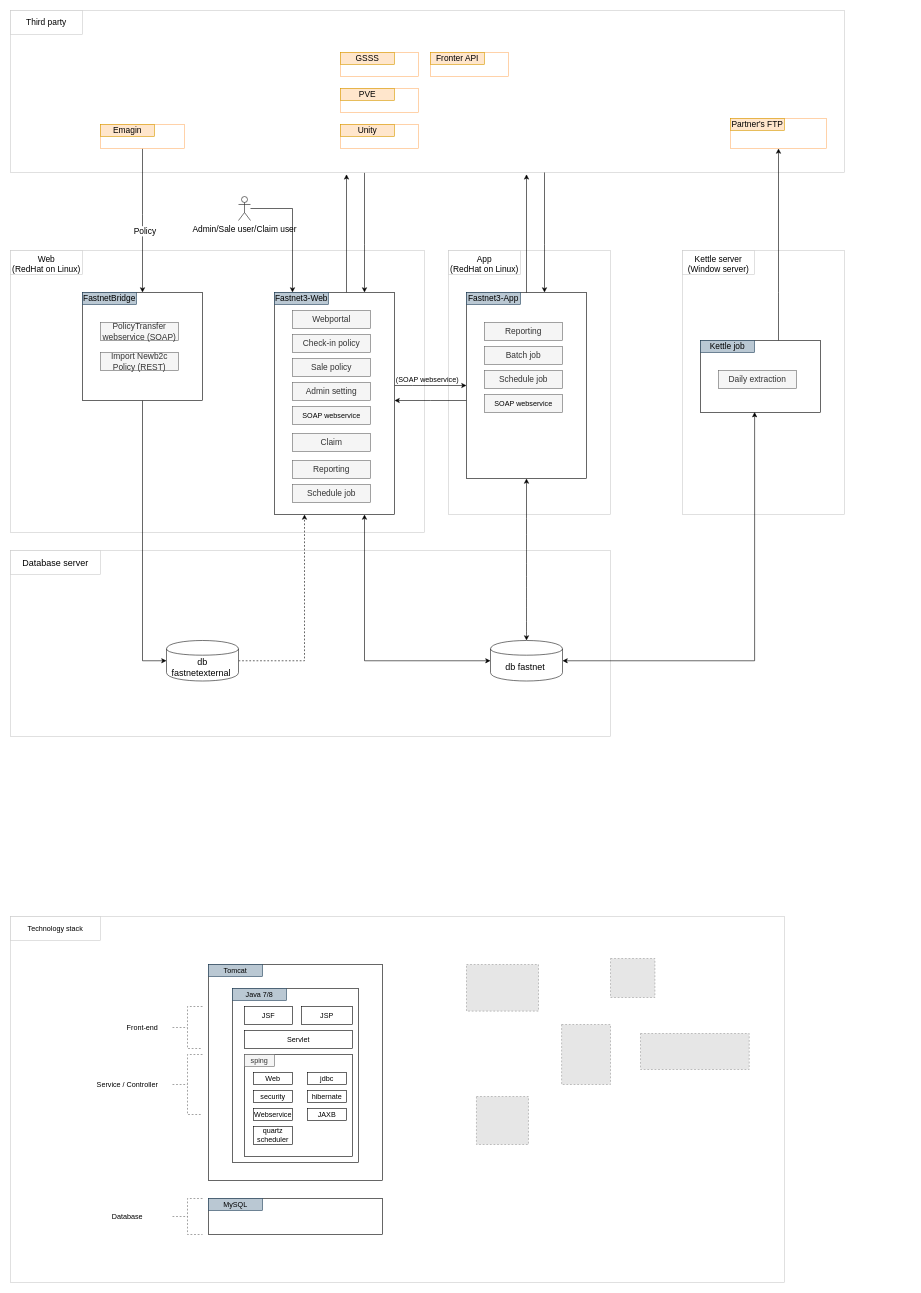
Earlier version of the draw.io diagram FN3-overview.drawio (phatcharalaw/my-doc). Source tidied: cells renumbered, new cells numbered last; positions are measured from the earlier drawing's top-left corner, leaving out a move shared by most shapes. Both pictures are drawn from the tidied source at 60%, with x=0, y=0 at pixel (10, 10). Pictures stored in the file or linked from it are replaced by grey dashed boxes.
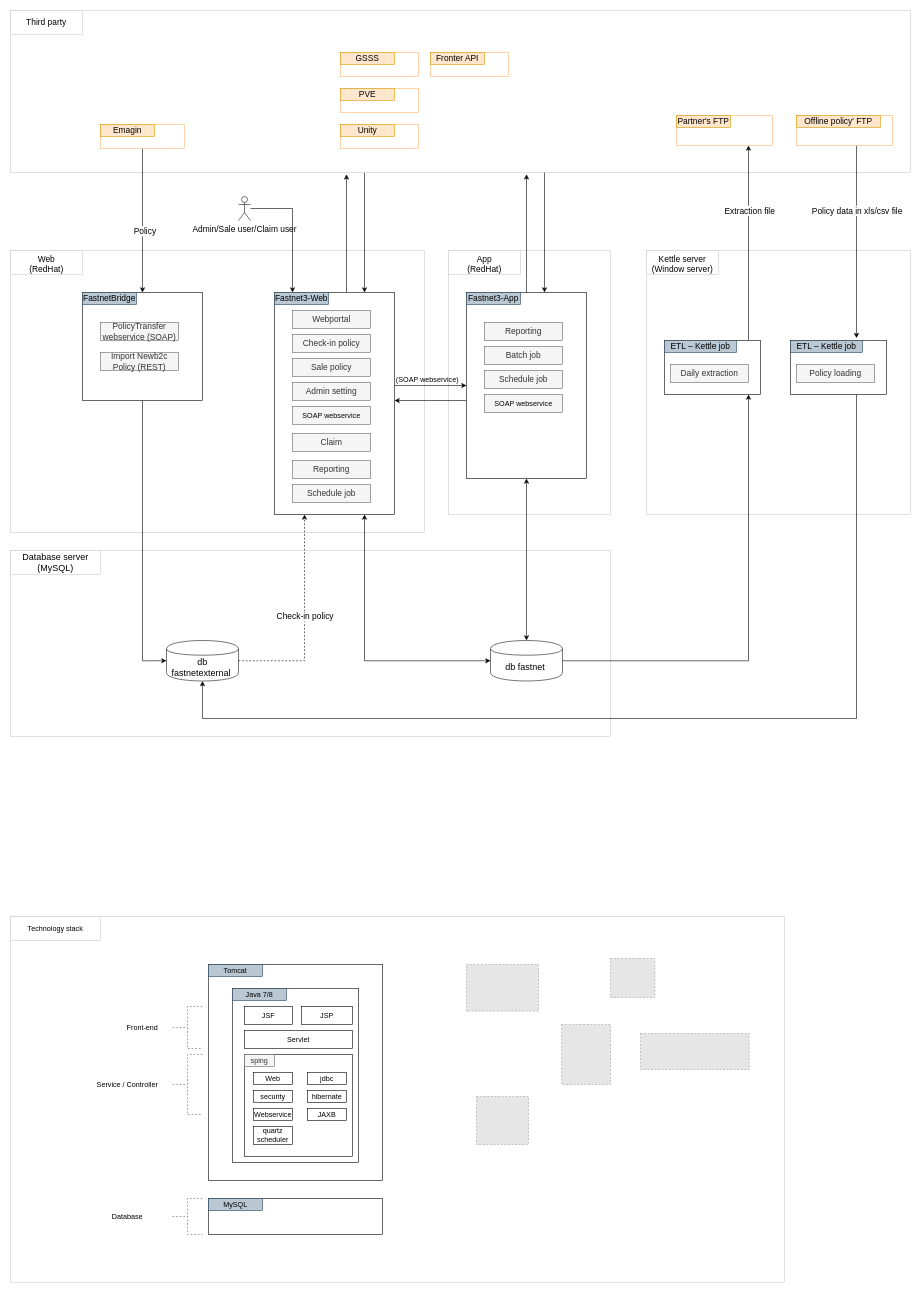
After the change.

The change refers to these unchanged cells:
```xml
<mxCell id="41" style="edgeStyle=orthogonalEdgeStyle;rounded=0;jettySize=auto;html=1;entryX=0.25;entryY=1;entryDx=0;entryDy=0;dashed=1;fontSize=14;" parent="1" edge="1" source="42" target="20">
  <mxGeometry relative="1" as="geometry" />
</mxCell>
<mxCell id="42" value="db fastnetexternal&amp;nbsp;" style="shape=cylinder;whiteSpace=wrap;html=1;boundedLbl=1;backgroundOutline=1;strokeColor=#1A1A1A;fontSize=15;" parent="1" vertex="1">
  <mxGeometry x="260" y="1050" width="120" height="67.5" as="geometry" />
</mxCell>
<mxCell id="46" value="db fastnet&amp;nbsp;" style="shape=cylinder;whiteSpace=wrap;html=1;boundedLbl=1;backgroundOutline=1;strokeColor=#1A1A1A;fontSize=15;" parent="1" vertex="1">
  <mxGeometry x="800" y="1050" width="120" height="67.5" as="geometry" />
</mxCell>
```

What changed in the source:
```diff
@@
     <mxCell id="7" style="rounded=0;whiteSpace=wrap;html=1;strokeColor=#CCCCCC;fontSize=14;" parent="1" vertex="1">
-      <mxGeometry width="1390" height="270" as="geometry" />
+      <mxGeometry width="1500" height="270" as="geometry" />
     </mxCell>
@@
-    <mxCell id="10" value="Database server" style="rounded=0;whiteSpace=wrap;html=1;strokeColor=#CCCCCC;fontSize=15;" parent="1" vertex="1">
+    <mxCell id="10" value="Database server&lt;br&gt;(MySQL)" style="rounded=0;whiteSpace=wrap;html=1;strokeColor=#CCCCCC;fontSize=15;" parent="1" vertex="1">
       <mxGeometry y="900" width="150" height="40" as="geometry" />
     </mxCell>
     <mxCell id="11" style="rounded=0;whiteSpace=wrap;html=1;strokeColor=#CCCCCC;fontSize=14;" parent="1" vertex="1">
-      <mxGeometry x="1120" y="400" width="270" height="440" as="geometry" />
+      <mxGeometry x="1060" y="400" width="440" height="440" as="geometry" />
     </mxCell>
     <mxCell id="12" value="Kettle server&lt;br&gt;(Window server)" style="rounded=0;whiteSpace=wrap;html=1;strokeColor=#CCCCCC;fontSize=14;verticalAlign=top;" parent="1" vertex="1">
-      <mxGeometry x="1120" y="400" width="120" height="40" as="geometry" />
+      <mxGeometry x="1060" y="400" width="120" height="40" as="geometry" />
     </mxCell>
@@
-    <mxCell id="37" style="edgeStyle=orthogonalEdgeStyle;rounded=0;jettySize=auto;html=1;entryX=0.5;entryY=1;entryDx=0;entryDy=0;fontSize=14;" parent="1" edge="1" source="38" target="47">
+    <mxCell id="37" style="edgeStyle=orthogonalEdgeStyle;rounded=0;jettySize=auto;html=1;entryX=0.75;entryY=1;entryDx=0;entryDy=0;" parent="1" edge="1" source="38" target="47">
       <mxGeometry relative="1" as="geometry">
         <Array as="points">
-          <mxPoint x="1280" y="470" />
-          <mxPoint x="1280" y="470" />
+          <mxPoint x="1230" y="460" />
+          <mxPoint x="1230" y="460" />
         </Array>
       </mxGeometry>
     </mxCell>
+    <mxCell id="103" value="Extraction file" style="edgeLabel;html=1;align=center;verticalAlign=middle;fontSize=14;" parent="37" vertex="1">
+      <mxGeometry x="0.31" y="-1" relative="1" as="geometry">
+        <mxPoint x="0.2" y="-4" as="offset" />
+      </mxGeometry>
+    </mxCell>
     <mxCell id="38" style="rounded=0;whiteSpace=wrap;html=1;fontSize=14;" parent="1" vertex="1">
-      <mxGeometry x="1150" y="550" width="200" height="120" as="geometry" />
+      <mxGeometry x="1090" y="550" width="160" height="90" as="geometry" />
     </mxCell>
-    <mxCell id="39" value="Kettle job" style="rounded=0;whiteSpace=wrap;html=1;fillColor=#bac8d3;strokeColor=#23445d;fontSize=14;" parent="1" vertex="1">
-      <mxGeometry x="1150" y="550" width="90" height="20" as="geometry" />
+    <mxCell id="39" value="ETL – Kettle job" style="rounded=0;whiteSpace=wrap;html=1;fillColor=#bac8d3;strokeColor=#23445d;fontSize=14;" parent="1" vertex="1">
+      <mxGeometry x="1090" y="550" width="120" height="20" as="geometry" />
     </mxCell>
     <mxCell id="40" value="Daily extraction" style="rounded=0;whiteSpace=wrap;html=1;fillColor=#f5f5f5;strokeColor=#666666;fontColor=#333333;fontSize=14;" parent="1" vertex="1">
-      <mxGeometry x="1180" y="600" width="130" height="30" as="geometry" />
+      <mxGeometry x="1100" y="590" width="130" height="30" as="geometry" />
     </mxCell>
@@
+    <mxCell id="104" value="Check-in policy" style="edgeLabel;html=1;align=center;verticalAlign=middle;fontSize=14;" parent="41" vertex="1">
+      <mxGeometry x="0.04" relative="1" as="geometry" />
+    </mxCell>
@@
-    <mxCell id="45" style="edgeStyle=orthogonalEdgeStyle;rounded=0;jettySize=auto;html=1;entryX=0.451;entryY=0.994;entryDx=0;entryDy=0;entryPerimeter=0;startArrow=classic;startFill=1;endArrow=classic;endFill=1;fontSize=14;" parent="1" edge="1" source="46" target="38">
-      <mxGeometry relative="1" as="geometry" />
+    <mxCell id="45" style="edgeStyle=orthogonalEdgeStyle;rounded=0;jettySize=auto;html=1;startArrow=none;startFill=0;endArrow=classic;endFill=1;fontSize=14;" parent="1" edge="1" source="46">
+      <mxGeometry relative="1" as="geometry">
+        <mxPoint x="1230" y="640" as="targetPoint" />
+        <Array as="points">
+          <mxPoint x="1230" y="1084" />
+          <mxPoint x="1230" y="640" />
+        </Array>
+      </mxGeometry>
     </mxCell>
@@
     <mxCell id="47" style="rounded=0;whiteSpace=wrap;html=1;strokeColor=#FFB570;fontSize=14;" parent="1" vertex="1">
-      <mxGeometry x="1200" y="180" width="160" height="50" as="geometry" />
+      <mxGeometry x="1110" y="175" width="160" height="50" as="geometry" />
     </mxCell>
     <mxCell id="48" style="group;fontSize=14;" parent="1" vertex="1">
-      <mxGeometry x="1200" y="145" width="160" height="50" as="geometry" />
+      <mxGeometry x="1110" y="140" width="160" height="50" as="geometry" />
     </mxCell>
@@
-    <mxCell id="50" value="Web&lt;br&gt;(RedHat on Linux)" style="rounded=0;whiteSpace=wrap;html=1;strokeColor=#CCCCCC;fontSize=14;verticalAlign=top;" parent="1" vertex="1">
+    <mxCell id="50" value="Web&lt;br&gt;(RedHat)" style="rounded=0;whiteSpace=wrap;html=1;strokeColor=#CCCCCC;fontSize=14;verticalAlign=top;" parent="1" vertex="1">
       <mxGeometry y="400" width="120" height="40" as="geometry" />
     </mxCell>
-    <mxCell id="51" value="App&lt;br&gt;(RedHat on Linux)" style="rounded=0;whiteSpace=wrap;html=1;strokeColor=#CCCCCC;fontSize=14;verticalAlign=top;" parent="1" vertex="1">
+    <mxCell id="51" value="App&lt;br&gt;(RedHat)" style="rounded=0;whiteSpace=wrap;html=1;strokeColor=#CCCCCC;fontSize=14;verticalAlign=top;" parent="1" vertex="1">
       <mxGeometry x="730" y="400" width="120" height="40" as="geometry" />
     </mxCell>
@@
+    <mxCell id="105" style="edgeStyle=orthogonalEdgeStyle;rounded=0;jettySize=auto;html=1;" parent="1" edge="1" source="107">
+      <mxGeometry relative="1" as="geometry">
+        <mxPoint x="1410" y="546" as="targetPoint" />
+        <Array as="points">
+          <mxPoint x="1410" y="546" />
+        </Array>
+      </mxGeometry>
+    </mxCell>
+    <mxCell id="106" value="Policy data in xls/csv file" style="edgeLabel;html=1;align=center;verticalAlign=middle;fontSize=14;" parent="105" vertex="1">
+      <mxGeometry x="-0.33" relative="1" as="geometry" />
+    </mxCell>
+    <mxCell id="107" style="rounded=0;whiteSpace=wrap;html=1;strokeColor=#FFB570;fontSize=14;" parent="1" vertex="1">
+      <mxGeometry x="1310" y="175" width="160" height="50" as="geometry" />
+    </mxCell>
+    <mxCell id="108" style="group;fontSize=14;" parent="1" vertex="1">
+      <mxGeometry x="1310" y="140" width="160" height="55" as="geometry" />
+    </mxCell>
+    <mxCell id="109" value="Offline policy' FTP" style="rounded=0;whiteSpace=wrap;html=1;fillColor=#ffe6cc;strokeColor=#d79b00;fontSize=14;" parent="108" vertex="1">
+      <mxGeometry y="35" width="140" height="20" as="geometry" />
+    </mxCell>
+    <mxCell id="110" style="edgeStyle=orthogonalEdgeStyle;rounded=0;jettySize=auto;html=1;entryX=0.5;entryY=1;entryDx=0;entryDy=0;fontSize=14;" parent="1" edge="1" source="111" target="42">
+      <mxGeometry relative="1" as="geometry">
+        <Array as="points">
+          <mxPoint x="1410" y="1180" />
+          <mxPoint x="320" y="1180" />
+        </Array>
+      </mxGeometry>
+    </mxCell>
+    <mxCell id="111" style="rounded=0;whiteSpace=wrap;html=1;fontSize=14;" parent="1" vertex="1">
+      <mxGeometry x="1300" y="550" width="160" height="90" as="geometry" />
+    </mxCell>
+    <mxCell id="112" value="Policy loading" style="rounded=0;whiteSpace=wrap;html=1;fillColor=#f5f5f5;strokeColor=#666666;fontColor=#333333;fontSize=14;" parent="1" vertex="1">
+      <mxGeometry x="1310" y="590" width="130" height="30" as="geometry" />
+    </mxCell>
+    <mxCell id="113" value="ETL – Kettle job" style="rounded=0;whiteSpace=wrap;html=1;fillColor=#bac8d3;strokeColor=#23445d;fontSize=14;" parent="1" vertex="1">
+      <mxGeometry x="1300" y="550" width="120" height="20" as="geometry" />
+    </mxCell>
```
